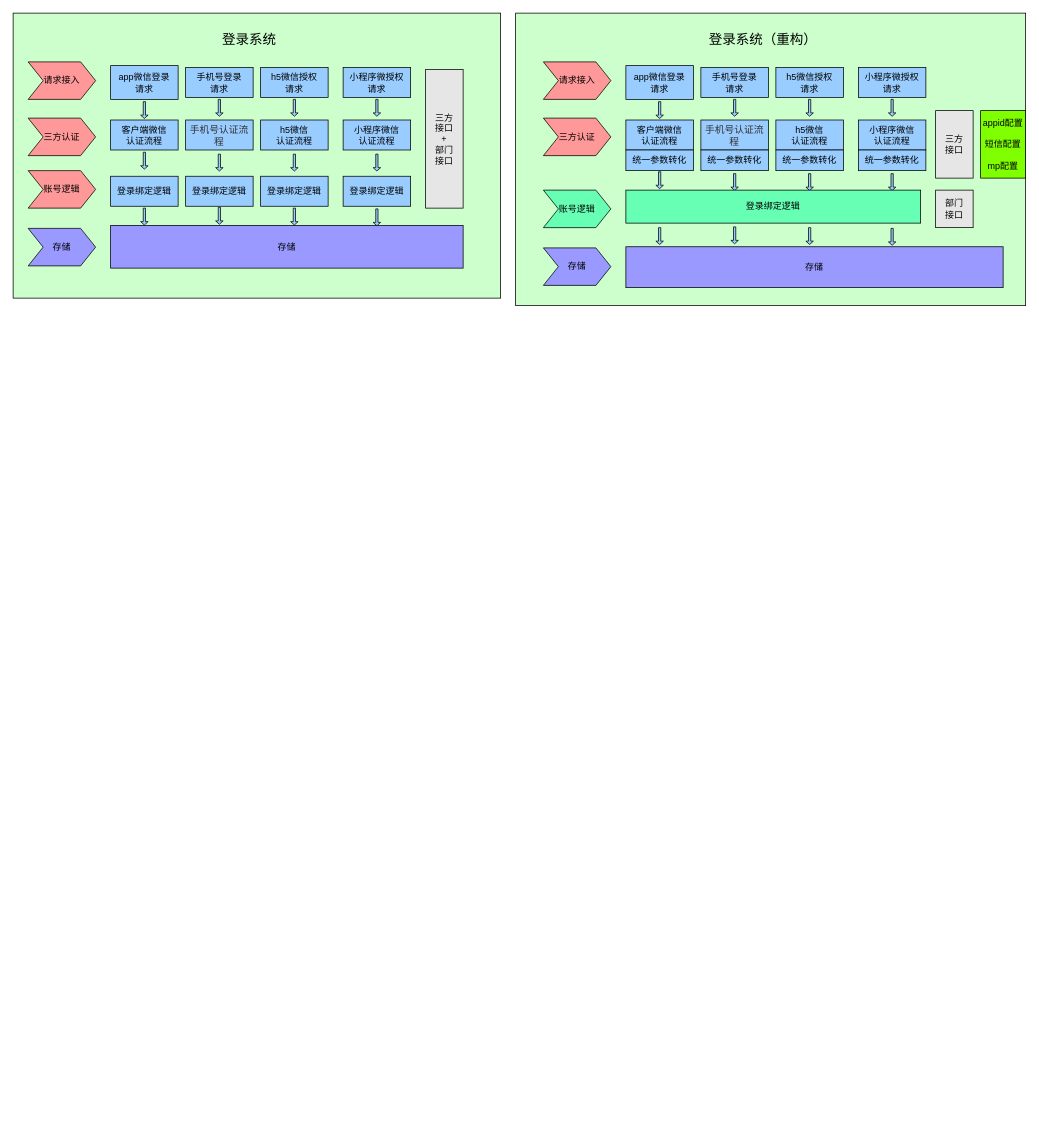
xiell2016/hetaoDesign keeps this draw.io diagram as 登录服务重构.drawio. Above is the earlier version. Source tidied: cells renumbered, new cells numbered last; positions are measured from the earlier drawing's top-left corner, leaving out a move shared by most shapes. Both pictures are drawn from the tidied source at 75%, with x=0, y=0 at pixel (13, 13).
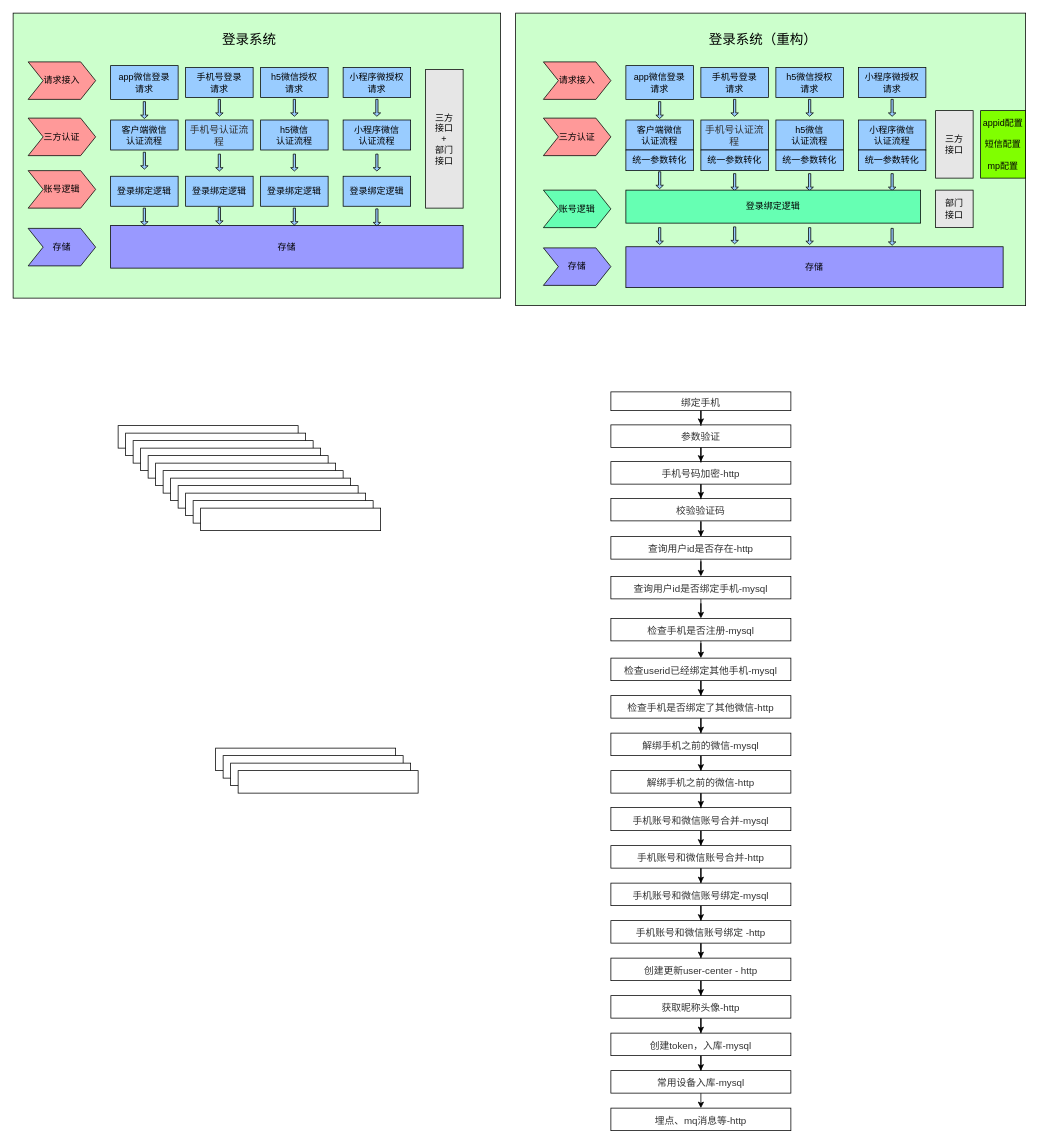
Above is the later version.

Commit message (it also covers changes not shown here):
更新登录服务重构.drawio

Diff of the diagram source:
```diff
@@
+    <mxCell id="70" style="rounded=0;whiteSpace=wrap;html=1;fontSize=18;fillColor=#FFFFFF;" parent="1" vertex="1">
+      <mxGeometry x="140" y="550" width="240" height="30" as="geometry" />
+    </mxCell>
+    <mxCell id="71" style="rounded=0;whiteSpace=wrap;html=1;fontSize=18;fillColor=#FFFFFF;" parent="1" vertex="1">
+      <mxGeometry x="150" y="560" width="240" height="30" as="geometry" />
+    </mxCell>
+    <mxCell id="72" style="rounded=0;whiteSpace=wrap;html=1;fontSize=18;fillColor=#FFFFFF;" parent="1" vertex="1">
+      <mxGeometry x="160" y="570" width="240" height="30" as="geometry" />
+    </mxCell>
+    <mxCell id="73" style="rounded=0;whiteSpace=wrap;html=1;fontSize=18;fillColor=#FFFFFF;" parent="1" vertex="1">
+      <mxGeometry x="170" y="580" width="240" height="30" as="geometry" />
+    </mxCell>
+    <mxCell id="74" style="rounded=0;whiteSpace=wrap;html=1;fontSize=18;fillColor=#FFFFFF;" parent="1" vertex="1">
+      <mxGeometry x="180" y="590" width="240" height="30" as="geometry" />
+    </mxCell>
+    <mxCell id="75" style="rounded=0;whiteSpace=wrap;html=1;fontSize=18;fillColor=#FFFFFF;" parent="1" vertex="1">
+      <mxGeometry x="190" y="600" width="240" height="30" as="geometry" />
+    </mxCell>
+    <mxCell id="76" style="rounded=0;whiteSpace=wrap;html=1;fontSize=18;fillColor=#FFFFFF;" parent="1" vertex="1">
+      <mxGeometry x="200" y="610" width="240" height="30" as="geometry" />
+    </mxCell>
+    <mxCell id="77" style="rounded=0;whiteSpace=wrap;html=1;fontSize=18;fillColor=#FFFFFF;" parent="1" vertex="1">
+      <mxGeometry x="210" y="620" width="240" height="30" as="geometry" />
+    </mxCell>
+    <mxCell id="78" style="rounded=0;whiteSpace=wrap;html=1;fontSize=18;fillColor=#FFFFFF;" parent="1" vertex="1">
+      <mxGeometry x="220" y="630" width="240" height="30" as="geometry" />
+    </mxCell>
+    <mxCell id="79" style="rounded=0;whiteSpace=wrap;html=1;fontSize=18;fillColor=#FFFFFF;" parent="1" vertex="1">
+      <mxGeometry x="230" y="640" width="240" height="30" as="geometry" />
+    </mxCell>
+    <mxCell id="80" style="rounded=0;whiteSpace=wrap;html=1;fontSize=18;fillColor=#FFFFFF;" parent="1" vertex="1">
+      <mxGeometry x="240" y="650" width="240" height="30" as="geometry" />
+    </mxCell>
+    <mxCell id="81" style="rounded=0;whiteSpace=wrap;html=1;fontSize=18;fillColor=#FFFFFF;" parent="1" vertex="1">
+      <mxGeometry x="250" y="660" width="240" height="30" as="geometry" />
+    </mxCell>
+    <mxCell id="82" style="rounded=0;whiteSpace=wrap;html=1;fontSize=18;fillColor=#FFFFFF;" parent="1" vertex="1">
+      <mxGeometry x="270" y="980" width="240" height="30" as="geometry" />
+    </mxCell>
+    <mxCell id="83" style="rounded=0;whiteSpace=wrap;html=1;fontSize=18;fillColor=#FFFFFF;" parent="1" vertex="1">
+      <mxGeometry x="280" y="990" width="240" height="30" as="geometry" />
+    </mxCell>
+    <mxCell id="84" style="rounded=0;whiteSpace=wrap;html=1;fontSize=18;fillColor=#FFFFFF;" parent="1" vertex="1">
+      <mxGeometry x="290" y="1000" width="240" height="30" as="geometry" />
+    </mxCell>
+    <mxCell id="85" style="rounded=0;whiteSpace=wrap;html=1;fontSize=18;fillColor=#FFFFFF;" parent="1" vertex="1">
+      <mxGeometry x="300" y="1010" width="240" height="30" as="geometry" />
+    </mxCell>
+    <mxCell id="86" value="&lt;span style=&quot;color: rgb(50 , 50 , 50) ; font-size: 13px ; background-color: rgba(255 , 255 , 255 , 0.008)&quot;&gt;埋点、mq消息等-http&lt;/span&gt;" style="rounded=0;whiteSpace=wrap;html=1;fontSize=18;fillColor=#FFFFFF;" parent="1" vertex="1">
+      <mxGeometry x="797" y="1460" width="240" height="30" as="geometry" />
+    </mxCell>
+    <mxCell id="87" style="edgeStyle=orthogonalEdgeStyle;rounded=0;jettySize=auto;html=1;fontSize=18;" parent="1" edge="1" source="88">
+      <mxGeometry relative="1" as="geometry">
+        <mxPoint x="917" y="1460" as="targetPoint" />
+      </mxGeometry>
+    </mxCell>
+    <mxCell id="88" value="&lt;span style=&quot;color: rgb(50 , 50 , 50) ; font-size: 13px ; background-color: rgba(255 , 255 , 255 , 0.008)&quot;&gt;常用设备入库-mysql&lt;/span&gt;" style="rounded=0;whiteSpace=wrap;html=1;fontSize=18;fillColor=#FFFFFF;" parent="1" vertex="1">
+      <mxGeometry x="797" y="1410" width="240" height="30" as="geometry" />
+    </mxCell>
+    <mxCell id="89" style="edgeStyle=orthogonalEdgeStyle;rounded=0;jettySize=auto;html=1;fontSize=18;" parent="1" edge="1" source="90" target="88">
+      <mxGeometry relative="1" as="geometry" />
+    </mxCell>
+    <mxCell id="90" value="&lt;span style=&quot;color: rgb(50 , 50 , 50) ; font-size: 13px ; background-color: rgba(255 , 255 , 255 , 0.008)&quot;&gt;创建token，入库-mysql&lt;/span&gt;" style="rounded=0;whiteSpace=wrap;html=1;fontSize=18;fillColor=#FFFFFF;" parent="1" vertex="1">
+      <mxGeometry x="797" y="1360" width="240" height="30" as="geometry" />
+    </mxCell>
+    <mxCell id="91" style="edgeStyle=orthogonalEdgeStyle;rounded=0;jettySize=auto;html=1;fontSize=18;" parent="1" edge="1" source="92" target="90">
+      <mxGeometry relative="1" as="geometry" />
+    </mxCell>
+    <mxCell id="92" value="&lt;span style=&quot;color: rgb(50 , 50 , 50) ; font-size: 13px ; background-color: rgba(255 , 255 , 255 , 0.008)&quot;&gt;获取昵称头像-http&lt;/span&gt;" style="rounded=0;whiteSpace=wrap;html=1;fontSize=18;fillColor=#FFFFFF;" parent="1" vertex="1">
+      <mxGeometry x="797" y="1310" width="240" height="30" as="geometry" />
+    </mxCell>
+    <mxCell id="93" style="edgeStyle=orthogonalEdgeStyle;rounded=0;jettySize=auto;html=1;fontSize=18;" parent="1" edge="1" source="94" target="92">
+      <mxGeometry relative="1" as="geometry" />
+    </mxCell>
+    <mxCell id="94" value="&lt;span style=&quot;color: rgb(50 , 50 , 50) ; font-size: 13px ; background-color: rgba(255 , 255 , 255 , 0.008)&quot;&gt;创建更新user-center - http&lt;/span&gt;" style="rounded=0;whiteSpace=wrap;html=1;fontSize=18;fillColor=#FFFFFF;" parent="1" vertex="1">
+      <mxGeometry x="797" y="1260" width="240" height="30" as="geometry" />
+    </mxCell>
+    <mxCell id="95" style="edgeStyle=orthogonalEdgeStyle;rounded=0;jettySize=auto;html=1;fontSize=18;" parent="1" edge="1" source="96" target="94">
+      <mxGeometry relative="1" as="geometry" />
+    </mxCell>
+    <mxCell id="96" value="&lt;span style=&quot;color: rgb(50 , 50 , 50) ; font-size: 13px ; background-color: rgba(255 , 255 , 255 , 0.008)&quot;&gt;手机账号和微信账号绑定 -http&lt;/span&gt;" style="rounded=0;whiteSpace=wrap;html=1;fontSize=18;fillColor=#FFFFFF;" parent="1" vertex="1">
+      <mxGeometry x="797" y="1210" width="240" height="30" as="geometry" />
+    </mxCell>
+    <mxCell id="97" style="edgeStyle=orthogonalEdgeStyle;rounded=0;jettySize=auto;html=1;fontSize=18;" parent="1" edge="1" source="98" target="122">
+      <mxGeometry relative="1" as="geometry" />
+    </mxCell>
+    <mxCell id="98" value="&lt;span style=&quot;color: rgb(50 , 50 , 50) ; font-size: 13px ; background-color: rgba(255 , 255 , 255 , 0.008)&quot;&gt;手机账号和微信账号合并-mysql&lt;/span&gt;" style="rounded=0;whiteSpace=wrap;html=1;fontSize=18;fillColor=#FFFFFF;" parent="1" vertex="1">
+      <mxGeometry x="797" y="1059" width="240" height="31" as="geometry" />
+    </mxCell>
+    <mxCell id="99" style="edgeStyle=orthogonalEdgeStyle;rounded=0;jettySize=auto;html=1;fontSize=18;" parent="1" edge="1" source="100" target="98">
+      <mxGeometry relative="1" as="geometry" />
+    </mxCell>
+    <mxCell id="100" value="&lt;span style=&quot;color: rgb(50 , 50 , 50) ; font-size: 13px ; background-color: rgba(255 , 255 , 255 , 0.008)&quot;&gt;解绑手机之前的微信-http&lt;/span&gt;" style="rounded=0;whiteSpace=wrap;html=1;fontSize=18;fillColor=#FFFFFF;" parent="1" vertex="1">
+      <mxGeometry x="797" y="1010" width="240" height="30" as="geometry" />
+    </mxCell>
+    <mxCell id="101" style="edgeStyle=orthogonalEdgeStyle;rounded=0;jettySize=auto;html=1;fontSize=18;" parent="1" edge="1" source="102" target="100">
+      <mxGeometry relative="1" as="geometry" />
+    </mxCell>
+    <mxCell id="102" value="&lt;span style=&quot;color: rgb(50 , 50 , 50) ; font-size: 13px ; background-color: rgba(255 , 255 , 255 , 0.008)&quot;&gt;解绑手机之前的微信-mysql&lt;/span&gt;" style="rounded=0;whiteSpace=wrap;html=1;fontSize=18;fillColor=#FFFFFF;" parent="1" vertex="1">
+      <mxGeometry x="797" y="960" width="240" height="30" as="geometry" />
+    </mxCell>
+    <mxCell id="103" style="edgeStyle=orthogonalEdgeStyle;rounded=0;jettySize=auto;html=1;fontSize=18;" parent="1" edge="1" source="104" target="102">
+      <mxGeometry relative="1" as="geometry" />
+    </mxCell>
+    <mxCell id="104" value="&lt;span style=&quot;color: rgb(50 , 50 , 50) ; font-size: 13px ; background-color: rgba(255 , 255 , 255 , 0.008)&quot;&gt;检查手机是否绑定了其他微信-http&lt;/span&gt;" style="rounded=0;whiteSpace=wrap;html=1;fontSize=18;fillColor=#FFFFFF;" parent="1" vertex="1">
+      <mxGeometry x="797" y="910" width="240" height="30" as="geometry" />
+    </mxCell>
+    <mxCell id="105" style="edgeStyle=orthogonalEdgeStyle;rounded=0;jettySize=auto;html=1;fontSize=18;" parent="1" edge="1" source="106" target="104">
+      <mxGeometry relative="1" as="geometry" />
+    </mxCell>
+    <mxCell id="106" value="&lt;span style=&quot;color: rgb(50 , 50 , 50) ; font-size: 13px ; background-color: rgba(255 , 255 , 255 , 0.008)&quot;&gt;检查userid已经绑定其他手机-mysql&lt;/span&gt;" style="rounded=0;whiteSpace=wrap;html=1;fontSize=18;fillColor=#FFFFFF;" parent="1" vertex="1">
+      <mxGeometry x="797" y="860" width="240" height="30" as="geometry" />
+    </mxCell>
+    <mxCell id="107" style="edgeStyle=orthogonalEdgeStyle;rounded=0;jettySize=auto;html=1;fontSize=18;" parent="1" edge="1" source="108" target="106">
+      <mxGeometry relative="1" as="geometry" />
+    </mxCell>
+    <mxCell id="108" value="&lt;span style=&quot;color: rgb(50 , 50 , 50) ; font-size: 13px ; background-color: rgba(255 , 255 , 255 , 0.008)&quot;&gt;检查手机是否注册-mysql&lt;/span&gt;" style="rounded=0;whiteSpace=wrap;html=1;fontSize=18;fillColor=#FFFFFF;" parent="1" vertex="1">
+      <mxGeometry x="797" y="807" width="240" height="30" as="geometry" />
+    </mxCell>
+    <mxCell id="109" style="edgeStyle=orthogonalEdgeStyle;rounded=0;jettySize=auto;html=1;fontSize=18;" parent="1" edge="1" source="110" target="108">
+      <mxGeometry relative="1" as="geometry" />
+    </mxCell>
+    <mxCell id="110" value="&lt;span style=&quot;color: rgb(50 , 50 , 50) ; font-size: 13px ; background-color: rgba(255 , 255 , 255 , 0.008)&quot;&gt;查询用户id是否绑定手机-mysql&lt;/span&gt;" style="rounded=0;whiteSpace=wrap;html=1;fontSize=18;fillColor=#FFFFFF;" parent="1" vertex="1">
+      <mxGeometry x="797" y="751" width="240" height="30" as="geometry" />
+    </mxCell>
+    <mxCell id="111" style="edgeStyle=orthogonalEdgeStyle;rounded=0;jettySize=auto;html=1;fontSize=18;" parent="1" edge="1" source="112" target="110">
+      <mxGeometry relative="1" as="geometry" />
+    </mxCell>
+    <mxCell id="112" value="&lt;span style=&quot;color: rgb(50 , 50 , 50) ; font-size: 13px ; background-color: rgba(255 , 255 , 255 , 0.008)&quot;&gt;查询用户id是否存在-http&lt;/span&gt;" style="rounded=0;whiteSpace=wrap;html=1;fontSize=18;fillColor=#FFFFFF;" parent="1" vertex="1">
+      <mxGeometry x="797" y="698" width="240" height="30" as="geometry" />
+    </mxCell>
+    <mxCell id="113" style="edgeStyle=orthogonalEdgeStyle;rounded=0;jettySize=auto;html=1;fontSize=18;" parent="1" edge="1" source="114" target="112">
+      <mxGeometry relative="1" as="geometry" />
+    </mxCell>
+    <mxCell id="114" value="&lt;span style=&quot;color: rgb(50 , 50 , 50) ; font-size: 13px ; background-color: rgba(255 , 255 , 255 , 0.008)&quot;&gt;校验验证码&lt;/span&gt;" style="rounded=0;whiteSpace=wrap;html=1;fontSize=18;fillColor=#FFFFFF;" parent="1" vertex="1">
+      <mxGeometry x="797" y="647" width="240" height="30" as="geometry" />
+    </mxCell>
+    <mxCell id="115" style="edgeStyle=orthogonalEdgeStyle;rounded=0;jettySize=auto;html=1;fontSize=18;" parent="1" edge="1" source="116" target="114">
+      <mxGeometry relative="1" as="geometry" />
+    </mxCell>
+    <mxCell id="116" value="&lt;span style=&quot;color: rgb(50 , 50 , 50) ; font-size: 13px ; background-color: rgba(255 , 255 , 255 , 0.008)&quot;&gt;手机号码加密-http&lt;/span&gt;" style="rounded=0;whiteSpace=wrap;html=1;fontSize=18;fillColor=#FFFFFF;" parent="1" vertex="1">
+      <mxGeometry x="797" y="598" width="240" height="30" as="geometry" />
+    </mxCell>
+    <mxCell id="117" style="edgeStyle=orthogonalEdgeStyle;rounded=0;jettySize=auto;html=1;fontSize=18;" parent="1" edge="1" source="118" target="116">
+      <mxGeometry relative="1" as="geometry" />
+    </mxCell>
+    <mxCell id="118" value="&lt;span style=&quot;color: rgb(50 , 50 , 50) ; font-size: 13px ; background-color: rgba(255 , 255 , 255 , 0.008)&quot;&gt;参数验证&lt;/span&gt;" style="rounded=0;whiteSpace=wrap;html=1;fontSize=18;fillColor=#FFFFFF;" parent="1" vertex="1">
+      <mxGeometry x="797" y="549" width="240" height="30" as="geometry" />
+    </mxCell>
+    <mxCell id="119" style="edgeStyle=orthogonalEdgeStyle;rounded=0;jettySize=auto;html=1;fontSize=18;" parent="1" edge="1" source="120" target="118">
+      <mxGeometry relative="1" as="geometry" />
+    </mxCell>
+    <mxCell id="120" value="&lt;span style=&quot;color: rgb(50 , 50 , 50) ; font-size: 13px ; background-color: rgba(255 , 255 , 255 , 0.008)&quot;&gt;绑定手机&lt;/span&gt;" style="rounded=0;whiteSpace=wrap;html=1;fontSize=18;fillColor=#FFFFFF;" parent="1" vertex="1">
+      <mxGeometry x="797" y="505" width="240" height="25" as="geometry" />
+    </mxCell>
+    <mxCell id="121" style="edgeStyle=orthogonalEdgeStyle;rounded=0;jettySize=auto;html=1;fontSize=18;" parent="1" edge="1" source="122" target="124">
+      <mxGeometry relative="1" as="geometry" />
+    </mxCell>
+    <mxCell id="122" value="&lt;span style=&quot;color: rgb(50 , 50 , 50) ; font-size: 13px ; background-color: rgba(255 , 255 , 255 , 0.008)&quot;&gt;手机账号和微信账号合并-http&lt;/span&gt;" style="rounded=0;whiteSpace=wrap;html=1;fontSize=18;fillColor=#FFFFFF;" parent="1" vertex="1">
+      <mxGeometry x="797" y="1110" width="240" height="30" as="geometry" />
+    </mxCell>
+    <mxCell id="123" style="edgeStyle=orthogonalEdgeStyle;rounded=0;jettySize=auto;html=1;fontSize=18;" parent="1" edge="1" source="124" target="96">
+      <mxGeometry relative="1" as="geometry" />
+    </mxCell>
+    <mxCell id="124" value="&lt;span style=&quot;color: rgb(50 , 50 , 50) ; font-size: 13px ; background-color: rgba(255 , 255 , 255 , 0.008)&quot;&gt;手机账号和微信账号绑定-mysql&lt;/span&gt;" style="rounded=0;whiteSpace=wrap;html=1;fontSize=18;fillColor=#FFFFFF;" parent="1" vertex="1">
+      <mxGeometry x="797" y="1160" width="240" height="30" as="geometry" />
+    </mxCell>
```
